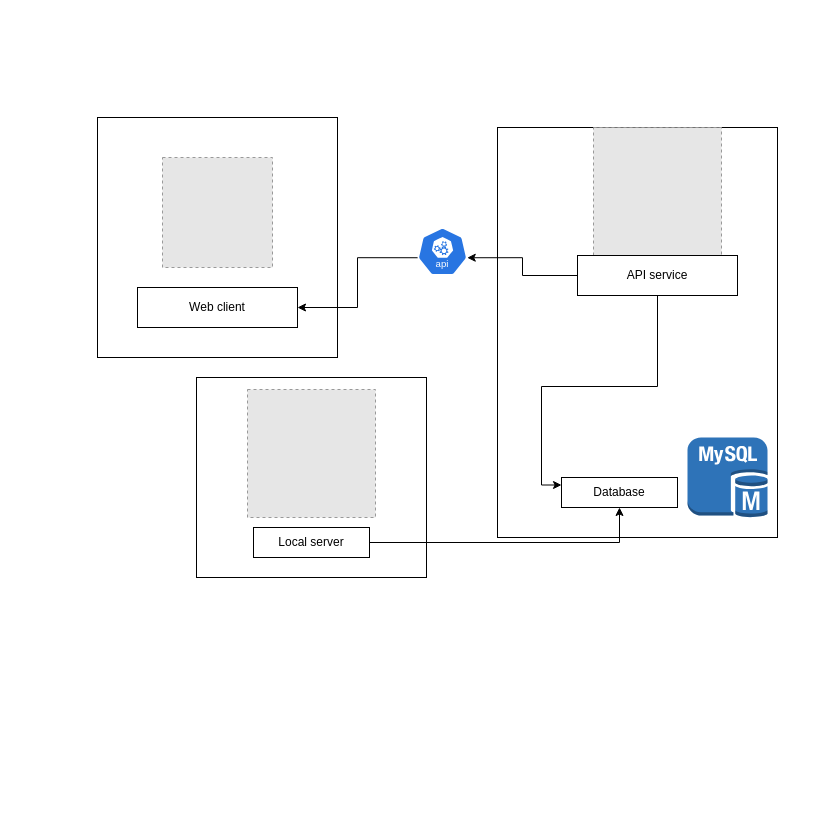
tehnczon/laptop_repair_joborder keeps this draw.io diagram as Untitled Diagram.drawio. Above is the earlier version. Source tidied: cells renumbered, new cells numbered last; positions are measured from the earlier drawing's top-left corner, leaving out a move shared by most shapes. Both pictures are drawn from the tidied source at 100%, with x=0, y=0 at pixel (97, 117). Pictures stored in the file or linked from it are replaced by grey dashed boxes.
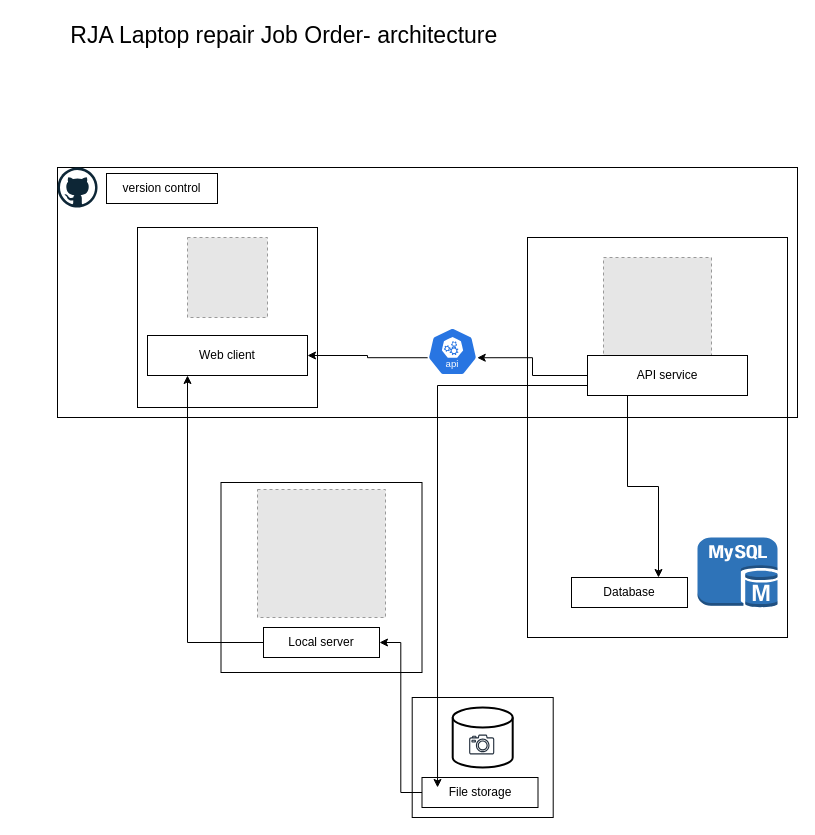
The same page after the edit.

Commit message:
laptop joborder

What changed in the source:
```diff
@@
+    <mxCell id="18" style="rounded=0;whiteSpace=wrap;html=1;fillColor=none;" parent="1" vertex="1">
+      <mxGeometry x="-40" y="50" width="740" height="250" as="geometry" />
+    </mxCell>
+    <mxCell id="19" style="strokeWidth=2;html=1;shape=mxgraph.flowchart.database;whiteSpace=wrap;fillColor=none;" parent="1" vertex="1">
+      <mxGeometry x="355.2" y="590" width="60" height="60" as="geometry" />
+    </mxCell>
+    <mxCell id="20" style="rounded=0;whiteSpace=wrap;html=1;fillColor=none;" parent="1" vertex="1">
+      <mxGeometry x="314.7" y="580" width="141" height="120" as="geometry" />
+    </mxCell>
     <mxCell id="2" style="rounded=0;whiteSpace=wrap;html=1;fillColor=none;" parent="1" vertex="1">
-      <mxGeometry x="400" y="10" width="280" height="410" as="geometry" />
+      <mxGeometry x="430" y="120" width="260" height="400" as="geometry" />
     </mxCell>
     <mxCell id="3" style="whiteSpace=wrap;html=1;fillColor=none;" parent="1" vertex="1">
-      <mxGeometry width="240" height="240" as="geometry" />
+      <mxGeometry x="40" y="110" width="180" height="180" as="geometry" />
     </mxCell>
     <mxCell id="4" style="fillColor=#E6E6E6;strokeColor=#999999;dashed=1;verticalLabelPosition=bottom;labelBackgroundColor=default;verticalAlign=top;" parent="1" vertex="1">
-      <mxGeometry x="65" y="40" width="110" height="110" as="geometry" />
+      <mxGeometry x="90" y="120" width="80" height="80" as="geometry" />
     </mxCell>
     <mxCell id="5" value="Web client" style="rounded=0;whiteSpace=wrap;html=1;" parent="1" vertex="1">
-      <mxGeometry x="40" y="170" width="160" height="40" as="geometry" />
+      <mxGeometry x="50" y="218" width="160" height="40" as="geometry" />
     </mxCell>
@@
     <mxCell id="7" style="sketch=0;html=1;dashed=0;whitespace=wrap;verticalLabelPosition=bottom;verticalAlign=top;fillColor=#2875E2;strokeColor=#ffffff;points=[[0.005,0.63,0],[0.1,0.2,0],[0.9,0.2,0],[0.5,0,0],[0.995,0.63,0],[0.72,0.99,0],[0.5,1,0],[0.28,0.99,0]];shape=mxgraph.kubernetes.icon2;kubernetesLabel=1;prIcon=api;" parent="1" vertex="1">
-      <mxGeometry x="320" y="110" width="50" height="48" as="geometry" />
+      <mxGeometry x="330" y="210" width="50" height="48" as="geometry" />
     </mxCell>
     <mxCell id="8" style="fillColor=#E6E6E6;strokeColor=#999999;dashed=1;html=1;verticalAlign=top;verticalLabelPosition=bottom;labelBackgroundColor=#ffffff;" parent="1" vertex="1">
-      <mxGeometry x="496" y="10" width="128" height="128" as="geometry" />
+      <mxGeometry x="506" y="140" width="108" height="108" as="geometry" />
     </mxCell>
     <mxCell id="9" style="dashed=0;verticalLabelPosition=bottom;verticalAlign=top;align=center;html=1;shape=mxgraph.aws3.mysql_db_instance;fillColor=#2E73B8;gradientColor=none;" parent="1" vertex="1">
-      <mxGeometry x="590" y="320" width="80" height="80" as="geometry" />
+      <mxGeometry x="600" y="420" width="80" height="70" as="geometry" />
     </mxCell>
-    <mxCell id="10" style="edgeStyle=orthogonalEdgeStyle;rounded=0;jettySize=auto;html=1;exitX=0.5;exitY=1;exitDx=0;exitDy=0;entryX=0;entryY=0.25;entryDx=0;entryDy=0;" parent="1" edge="1" source="11" target="12">
+    <mxCell id="10" style="edgeStyle=orthogonalEdgeStyle;rounded=0;jettySize=auto;html=1;exitX=0.25;exitY=1;exitDx=0;exitDy=0;entryX=0.75;entryY=0;entryDx=0;entryDy=0;" parent="1" edge="1" source="11" target="12">
       <mxGeometry relative="1" as="geometry" />
     </mxCell>
     <mxCell id="11" value="API service" style="rounded=0;whiteSpace=wrap;html=1;" parent="1" vertex="1">
-      <mxGeometry x="480" y="138" width="160" height="40" as="geometry" />
+      <mxGeometry x="490" y="238" width="160" height="40" as="geometry" />
     </mxCell>
     <mxCell id="12" value="Database" style="rounded=0;whiteSpace=wrap;html=1;" parent="1" vertex="1">
-      <mxGeometry x="464" y="360" width="116" height="30" as="geometry" />
+      <mxGeometry x="474" y="460" width="116" height="30" as="geometry" />
     </mxCell>
@@
     <mxCell id="14" style="rounded=0;whiteSpace=wrap;html=1;fillColor=none;" parent="1" vertex="1">
-      <mxGeometry x="99" y="260" width="230" height="200" as="geometry" />
+      <mxGeometry x="123.5" y="365" width="201" height="190" as="geometry" />
     </mxCell>
     <mxCell id="15" style="fillColor=#E6E6E6;strokeColor=#999999;dashed=1;html=1;verticalAlign=top;verticalLabelPosition=bottom;labelBackgroundColor=#ffffff;" parent="1" vertex="1">
-      <mxGeometry x="150" y="272" width="128" height="128" as="geometry" />
+      <mxGeometry x="160" y="372" width="128" height="128" as="geometry" />
     </mxCell>
-    <mxCell id="16" style="edgeStyle=orthogonalEdgeStyle;rounded=0;jettySize=auto;html=1;exitX=1;exitY=0.5;exitDx=0;exitDy=0;entryX=0.5;entryY=1;entryDx=0;entryDy=0;" parent="1" edge="1" source="17" target="12">
-      <mxGeometry relative="1" as="geometry" />
-    </mxCell>
+    <mxCell id="21" style="edgeStyle=orthogonalEdgeStyle;rounded=0;jettySize=auto;html=1;exitX=0;exitY=0.5;exitDx=0;exitDy=0;entryX=0.25;entryY=1;entryDx=0;entryDy=0;" parent="1" edge="1" source="17" target="5">
+      <mxGeometry relative="1" as="geometry" />
+    </mxCell>
     <mxCell id="17" value="Local server" style="rounded=0;whiteSpace=wrap;html=1;" parent="1" vertex="1">
-      <mxGeometry x="156" y="410" width="116" height="30" as="geometry" />
+      <mxGeometry x="166" y="510" width="116" height="30" as="geometry" />
     </mxCell>
+    <mxCell id="22" style="sketch=0;fontColor=#232F3E;gradientColor=none;fillColor=#232F3D;strokeColor=none;dashed=0;verticalLabelPosition=bottom;verticalAlign=top;align=center;html=1;fontSize=12;fontStyle=0;shape=mxgraph.aws4.camera2;" parent="1" vertex="1">
+      <mxGeometry x="371.6" y="617" width="25.2" height="20" as="geometry" />
+    </mxCell>
+    <mxCell id="23" style="edgeStyle=orthogonalEdgeStyle;rounded=0;jettySize=auto;html=1;exitX=0;exitY=0.5;exitDx=0;exitDy=0;entryX=1;entryY=0.5;entryDx=0;entryDy=0;" parent="1" edge="1" source="24" target="17">
+      <mxGeometry relative="1" as="geometry" />
+    </mxCell>
+    <mxCell id="24" value="File storage" style="rounded=0;whiteSpace=wrap;html=1;" parent="1" vertex="1">
+      <mxGeometry x="324.5" y="660" width="116" height="30" as="geometry" />
+    </mxCell>
+    <mxCell id="25" style="edgeStyle=orthogonalEdgeStyle;rounded=0;jettySize=auto;html=1;exitX=0;exitY=0.75;exitDx=0;exitDy=0;entryX=0.134;entryY=0.333;entryDx=0;entryDy=0;entryPerimeter=0;" parent="1" edge="1" source="11" target="24">
+      <mxGeometry relative="1" as="geometry" />
+    </mxCell>
+    <mxCell id="26" style="dashed=0;html=1;align=center;labelPosition=center;verticalLabelPosition=bottom;verticalAlign=top;shape=mxgraph.weblogos.github;" parent="1" vertex="1">
+      <mxGeometry x="-40" y="50" width="40" height="40" as="geometry" />
+    </mxCell>
+    <mxCell id="27" value="version control" style="rounded=0;whiteSpace=wrap;html=1;" parent="1" vertex="1">
+      <mxGeometry x="9" y="56" width="111" height="30" as="geometry" />
+    </mxCell>
+    <mxCell id="28" value="&lt;font style=&quot;font-size: 23px;&quot;&gt;RJA Laptop repair Job Order- architecture&amp;nbsp;&lt;/font&gt;" style="text;html=1;align=center;verticalAlign=middle;whiteSpace=wrap;rounded=0;" parent="1" vertex="1">
+      <mxGeometry x="-80" y="-100" width="540" height="35" as="geometry" />
+    </mxCell>
```
